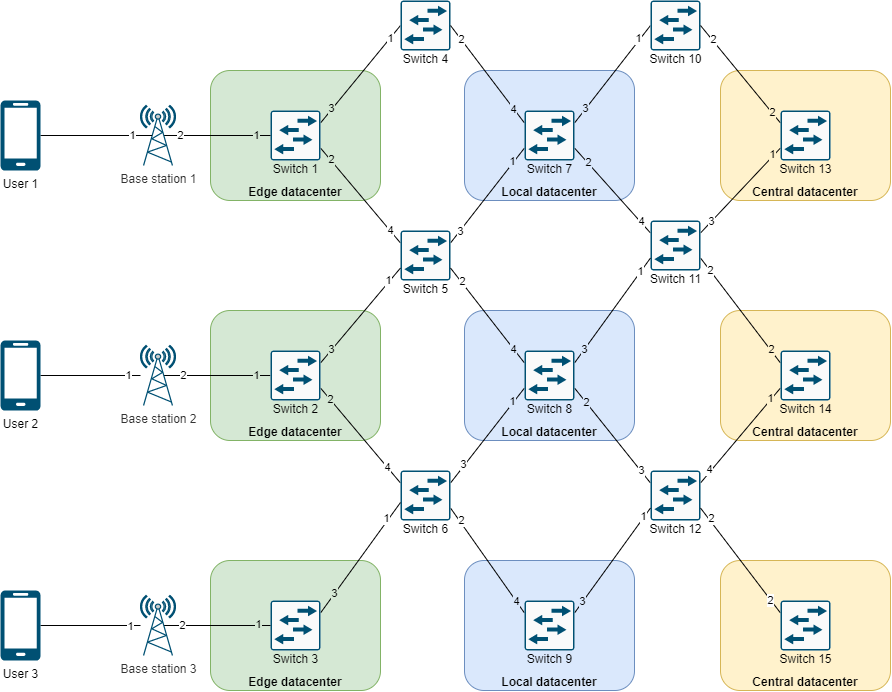
This is images/base_infrastructure.png from SuperboGiuseppe/sdn_slicing_blueprint, a draw.io export, as it was before one commit. Source tidied: cells renumbered, new cells last; positions are measured from the earlier drawing's top-left corner, leaving out a move shared by most shapes.
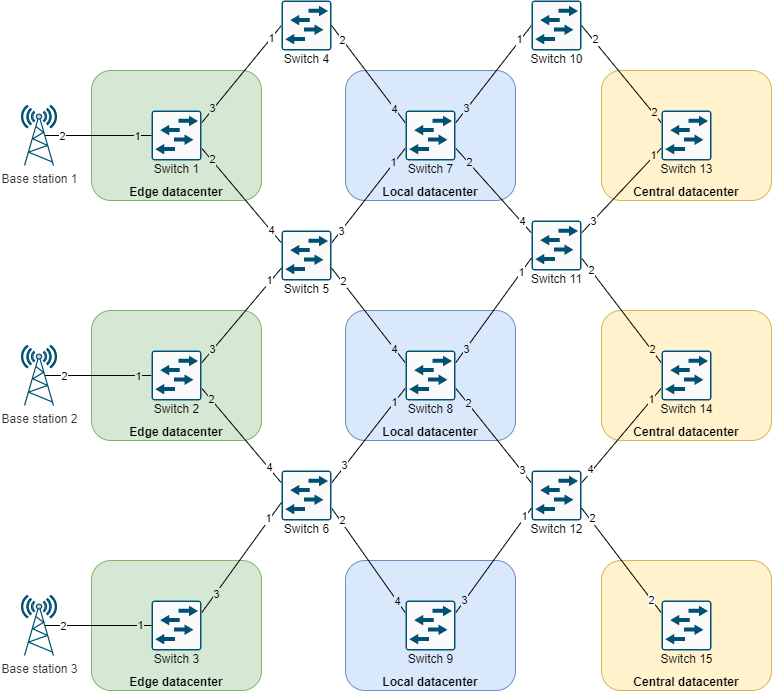
The same diagram one commit later.

What changed in the source:
```diff
@@ -363,34 +363,5 @@
     <mxCell id="98" value="&lt;font color=&quot;#333333&quot;&gt;Base station 3&lt;br&gt;&lt;/font&gt;" style="fontColor=#0066CC;verticalAlign=top;verticalLabelPosition=bottom;labelPosition=center;align=center;html=1;outlineConnect=0;fillColor=#CCCCCC;gradientColor=none;gradientDirection=north;strokeWidth=2;shape=mxgraph.networks.radio_tower;strokeColor=#005073;" parent="1" vertex="1">
       <mxGeometry x="140" y="595" width="35" height="60" as="geometry" />
     </mxCell>
-    <mxCell id="99" style="edgeStyle=orthogonalEdgeStyle;rounded=0;jettySize=auto;html=1;exitX=1;exitY=0.5;exitDx=0;exitDy=0;exitPerimeter=0;entryX=0.33;entryY=0.5;entryDx=0;entryDy=0;entryPerimeter=0;endArrow=none;endFill=0;" parent="1" edge="1" source="101" target="93">
-      <mxGeometry relative="1" as="geometry" />
-    </mxCell>
-    <mxCell id="100" value="1" style="edgeLabel;html=1;align=center;verticalAlign=middle;" parent="99" vertex="1">
-      <mxGeometry x="0.72" relative="1" as="geometry">
-        <mxPoint x="-4" as="offset" />
-      </mxGeometry>
-    </mxCell>
-    <mxCell id="101" value="User 1" style="verticalLabelPosition=bottom;html=1;verticalAlign=top;align=center;strokeColor=none;shape=mxgraph.azure.mobile;fillColor=#005073;" parent="1" vertex="1">
-      <mxGeometry y="100" width="40" height="70" as="geometry" />
-    </mxCell>
-    <mxCell id="102" style="edgeStyle=orthogonalEdgeStyle;rounded=0;jettySize=auto;html=1;exitX=1;exitY=0.5;exitDx=0;exitDy=0;exitPerimeter=0;endArrow=none;endFill=0;" parent="1" edge="1" source="104" target="94">
-      <mxGeometry relative="1" as="geometry" />
-    </mxCell>
-    <mxCell id="103" value="1" style="edgeLabel;html=1;align=center;verticalAlign=middle;fontColor=#000000;" parent="102" vertex="1">
-      <mxGeometry x="0.75" relative="1" as="geometry" />
-    </mxCell>
-    <mxCell id="104" value="User 2" style="verticalLabelPosition=bottom;html=1;verticalAlign=top;align=center;strokeColor=none;shape=mxgraph.azure.mobile;fillColor=#005073;" parent="1" vertex="1">
-      <mxGeometry y="340" width="40" height="70" as="geometry" />
-    </mxCell>
-    <mxCell id="105" style="edgeStyle=orthogonalEdgeStyle;rounded=0;jettySize=auto;html=1;exitX=1;exitY=0.5;exitDx=0;exitDy=0;exitPerimeter=0;fontColor=#000000;endArrow=none;endFill=0;" parent="1" edge="1" source="107" target="98">
-      <mxGeometry relative="1" as="geometry" />
-    </mxCell>
-    <mxCell id="106" value="1" style="edgeLabel;html=1;align=center;verticalAlign=middle;fontColor=#000000;" parent="105" vertex="1">
-      <mxGeometry x="0.79" y="-1" relative="1" as="geometry" />
-    </mxCell>
-    <mxCell id="107" value="User 3" style="verticalLabelPosition=bottom;html=1;verticalAlign=top;align=center;strokeColor=none;shape=mxgraph.azure.mobile;fillColor=#005073;" parent="1" vertex="1">
-      <mxGeometry y="590" width="40" height="70" as="geometry" />
-    </mxCell>
   </root>
 </mxGraphModel>
```
